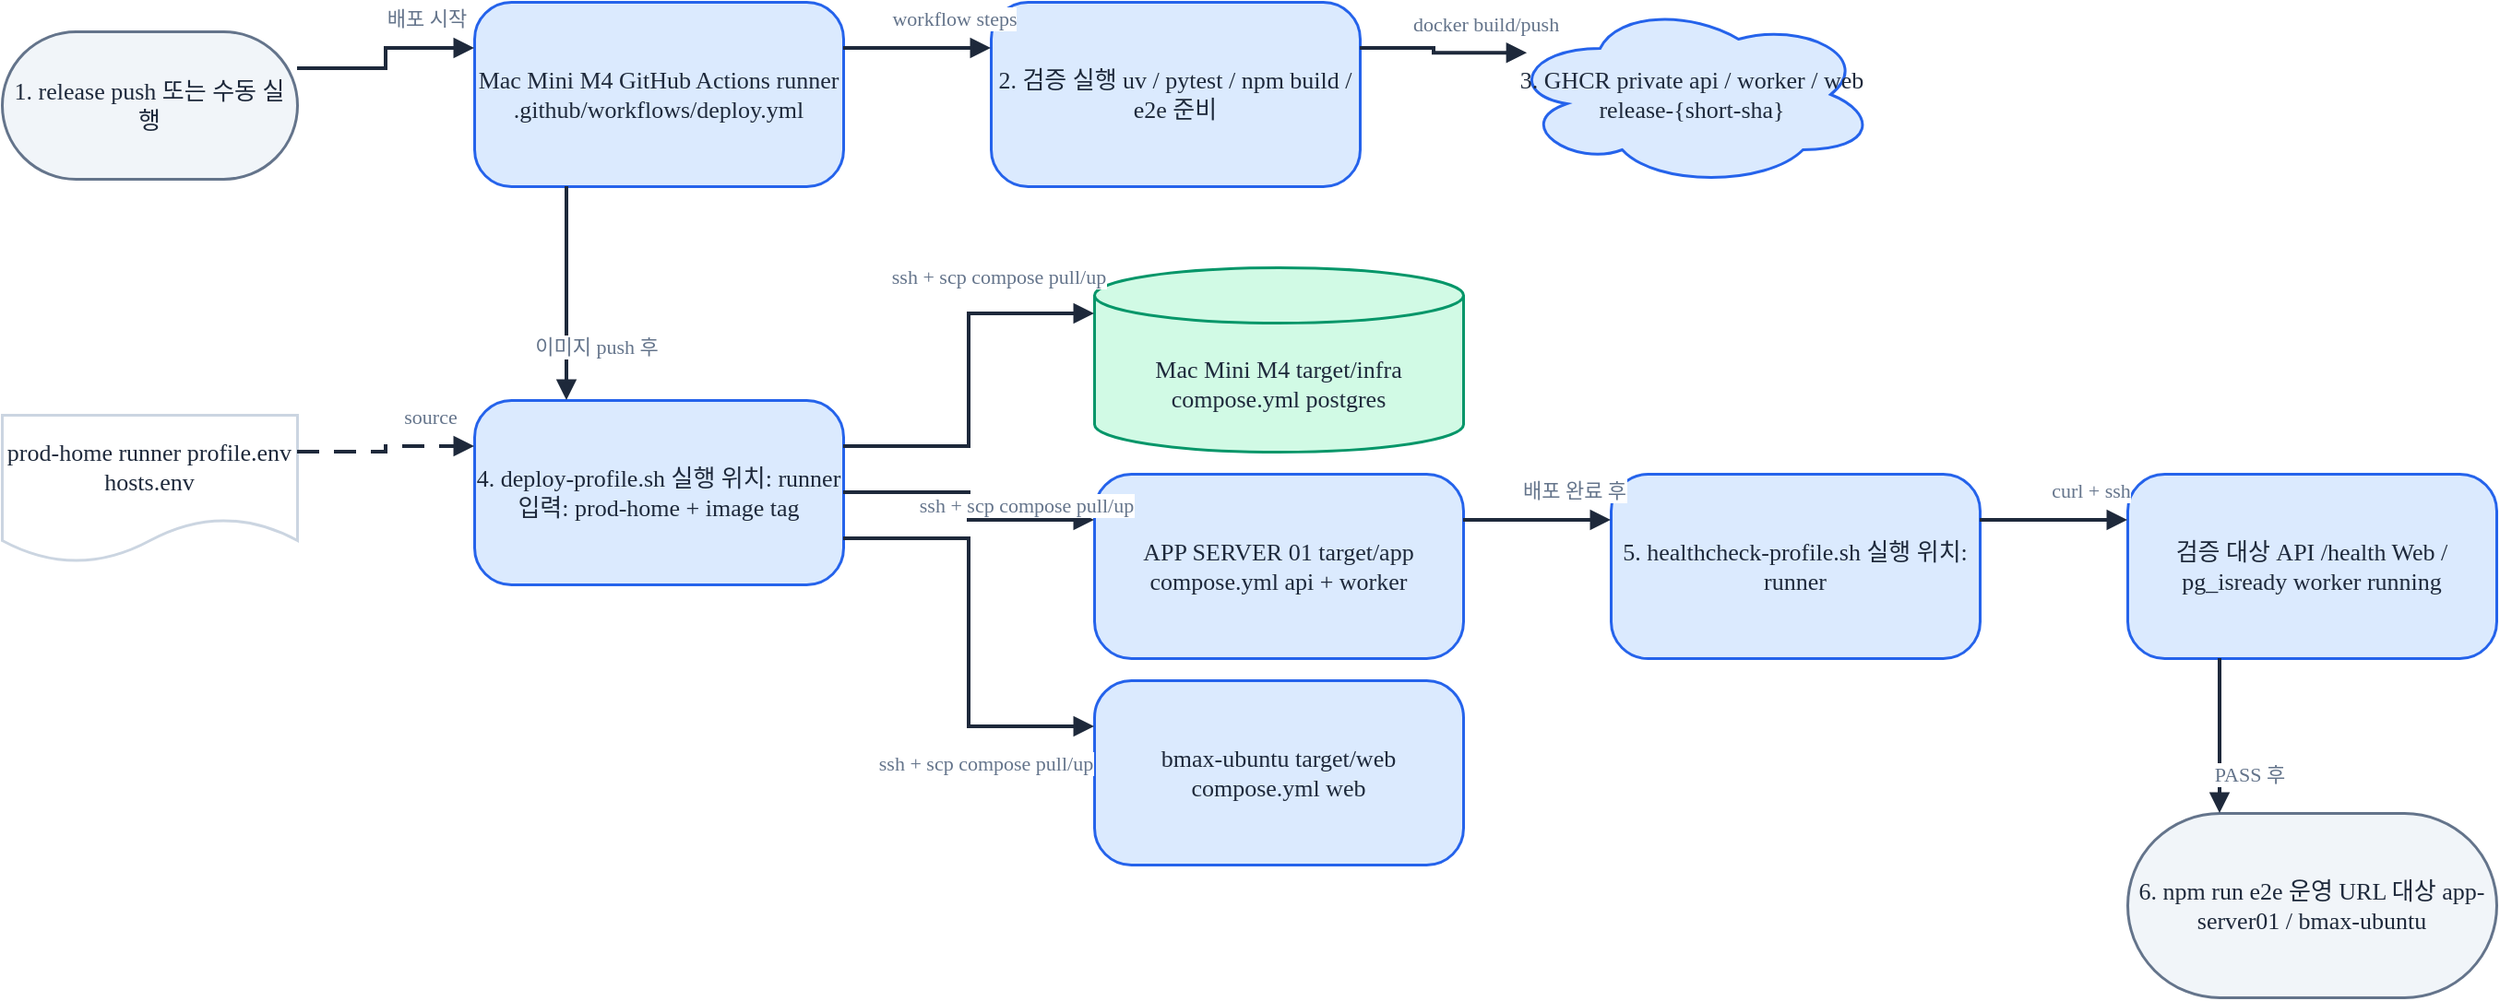
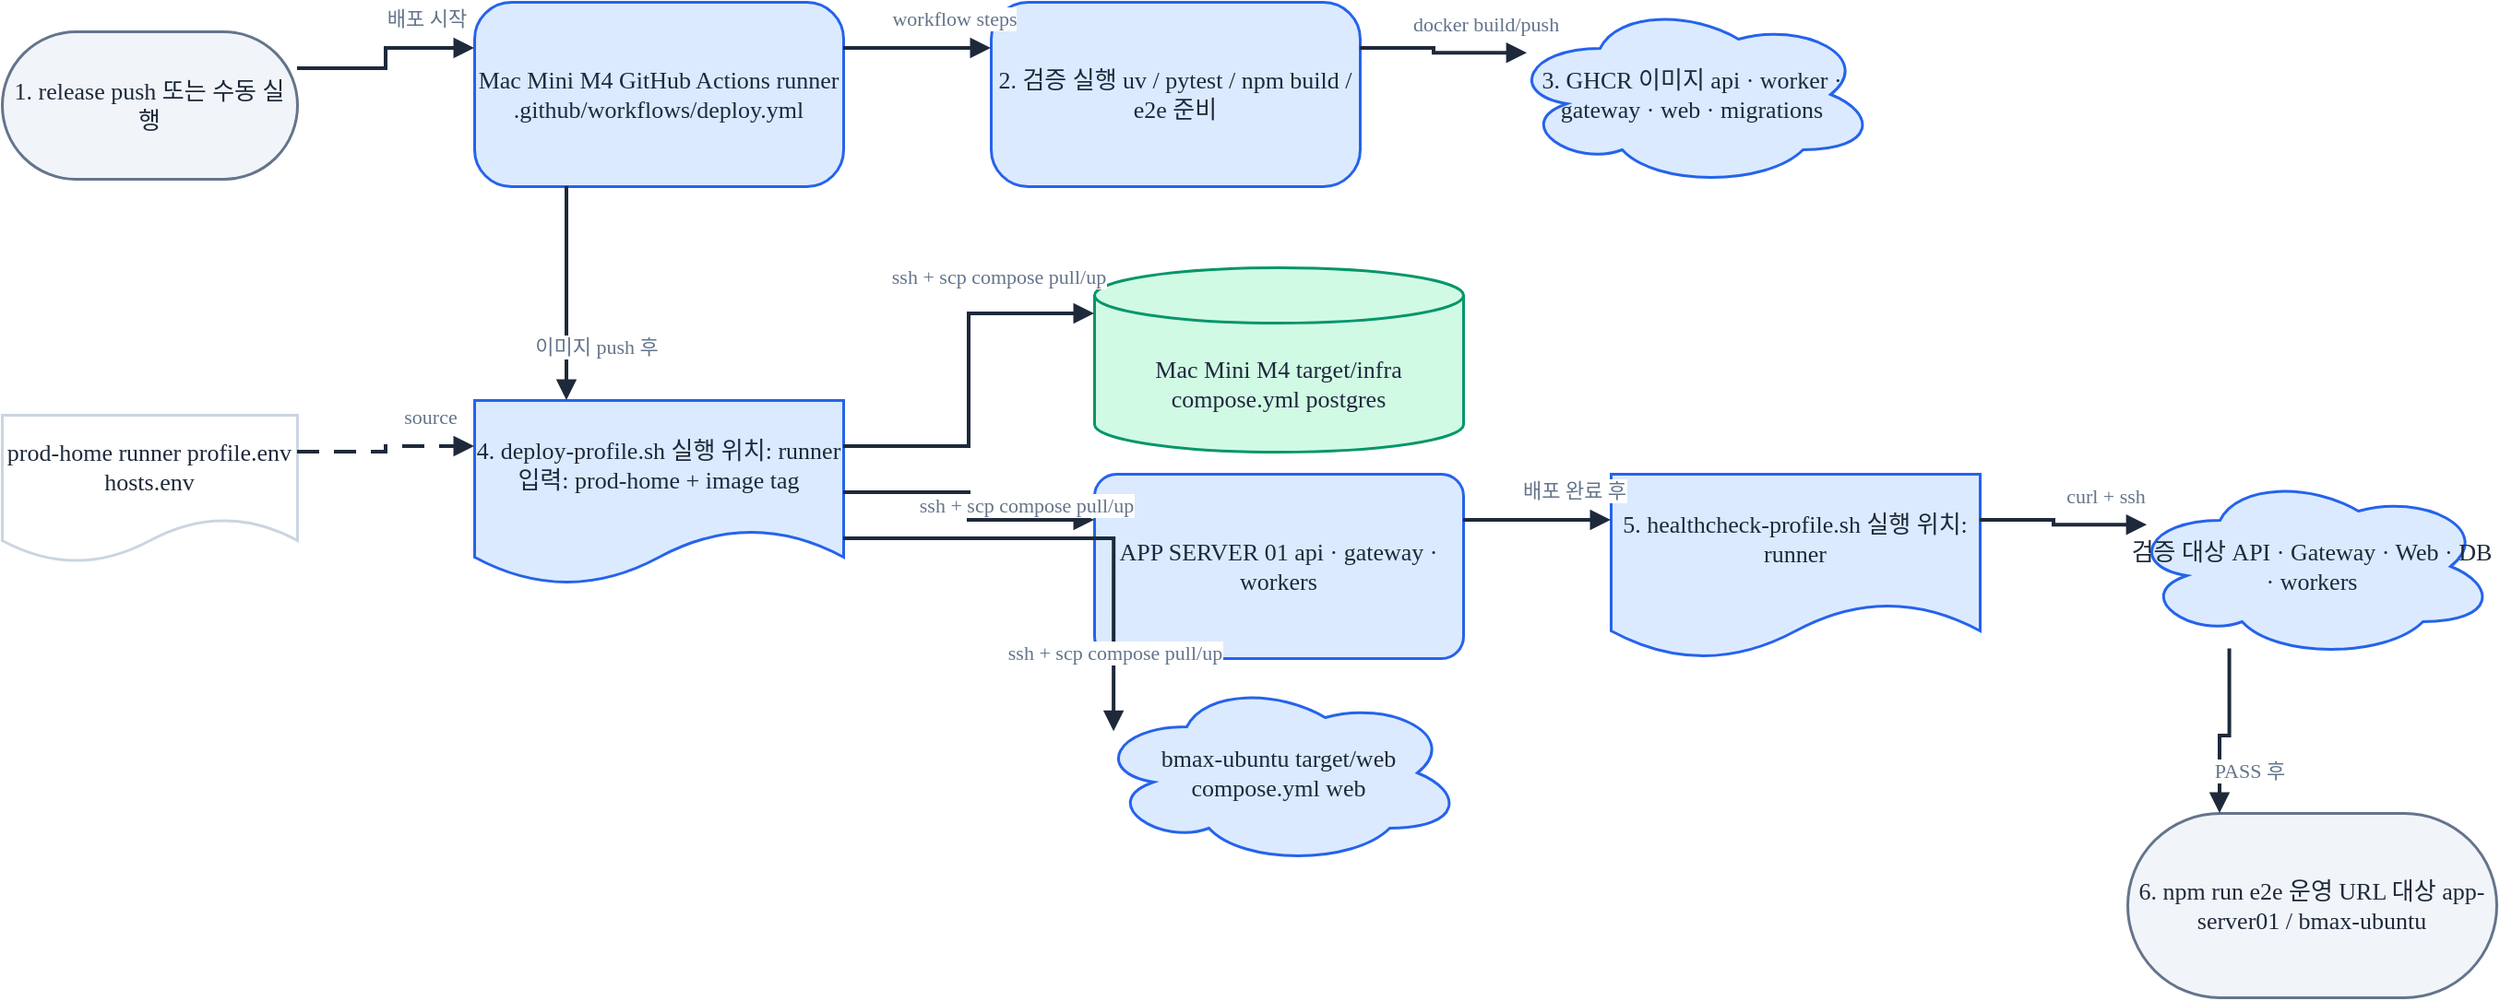
- <mxfile host="65bd71144e">
-     <diagram name="Page-1" id="0">
-         <mxGraphModel dx="680" dy="536" grid="1" gridSize="8" guides="1" tooltips="1" connect="1" arrows="1" fold="1" page="1" pageScale="1" pageWidth="1440" pageHeight="664" background="#FFFFFF" math="1" shadow="0">
-             <root>
-                 <mxCell id="0"/>
-                 <mxCell id="1" parent="0"/>
-                 <mxCell id="2" value="1. release push 또는 수동 실행" style="rounded=1;arcSize=50;html=1;whiteSpace=wrap;fillColor=#F1F5F9;strokeColor=#64748B;strokeWidth=1.5;fontColor=#1E293B;fontSize=13;fontFamily=Times New Roman;verticalAlign=middle;align=center" parent="1" vertex="1">
-                     <mxGeometry x="8" y="56" width="160" height="80" as="geometry"/>
-                 </mxCell>
-                 <mxCell id="3" value="Mac Mini M4 GitHub Actions runner .github/workflows/deploy.yml" style="rounded=1;arcSize=20;html=1;whiteSpace=wrap;fillColor=#DBEAFE;strokeColor=#2563EB;strokeWidth=1.5;fontColor=#1E293B;fontSize=13;fontFamily=Times New Roman;verticalAlign=middle;align=center" parent="1" vertex="1">
-                     <mxGeometry x="264" y="40" width="200" height="100" as="geometry"/>
-                 </mxCell>
-                 <mxCell id="4" value="2. 검증 실행 uv / pytest / npm build / e2e 준비" style="rounded=1;arcSize=20;html=1;whiteSpace=wrap;fillColor=#DBEAFE;strokeColor=#2563EB;strokeWidth=1.5;fontColor=#1E293B;fontSize=13;fontFamily=Times New Roman;verticalAlign=middle;align=center" parent="1" vertex="1">
-                     <mxGeometry x="544" y="40" width="200" height="100" as="geometry"/>
-                 </mxCell>
-                 <mxCell id="5" value="3. GHCR private api / worker / web release-{short-sha}" style="ellipse;shape=cloud;html=1;whiteSpace=wrap;fillColor=#DBEAFE;strokeColor=#2563EB;strokeWidth=1.5;fontColor=#1E293B;fontSize=13;fontFamily=Times New Roman;verticalAlign=middle;align=center" parent="1" vertex="1">
-                     <mxGeometry x="824" y="40" width="200" height="100" as="geometry"/>
-                 </mxCell>
-                 <mxCell id="6" value="4. deploy-profile.sh 실행 위치: runner 입력: prod-home + image tag" style="rounded=1;arcSize=20;html=1;whiteSpace=wrap;fillColor=#DBEAFE;strokeColor=#2563EB;strokeWidth=1.5;fontColor=#1E293B;fontSize=13;fontFamily=Times New Roman;verticalAlign=middle;align=center" parent="1" vertex="1">
-                     <mxGeometry x="264" y="256" width="200" height="100" as="geometry"/>
-                 </mxCell>
-                 <mxCell id="7" value="prod-home runner profile.env hosts.env" style="shape=document;boundedLbl=1;html=1;whiteSpace=wrap;fillColor=#FFFFFF;strokeColor=#CBD5E1;strokeWidth=1.5;fontColor=#1E293B;fontSize=13;fontFamily=Times New Roman;verticalAlign=middle;align=center" parent="1" vertex="1">
-                     <mxGeometry x="8" y="264" width="160" height="80" as="geometry"/>
-                 </mxCell>
-                 <mxCell id="8" value="Mac Mini M4 target/infra compose.yml postgres" style="shape=cylinder3;boundedLbl=1;backgroundOutline=1;size=15;html=1;whiteSpace=wrap;fillColor=#D1FAE5;strokeColor=#059669;strokeWidth=1.5;fontColor=#1E293B;fontSize=13;fontFamily=Times New Roman;verticalAlign=middle;align=center" parent="1" vertex="1">
-                     <mxGeometry x="600" y="184" width="200" height="100" as="geometry"/>
-                 </mxCell>
-                 <mxCell id="9" value="APP SERVER 01 target/app compose.yml api + worker" style="rounded=1;arcSize=20;html=1;whiteSpace=wrap;fillColor=#DBEAFE;strokeColor=#2563EB;strokeWidth=1.5;fontColor=#1E293B;fontSize=13;fontFamily=Times New Roman;verticalAlign=middle;align=center" parent="1" vertex="1">
-                     <mxGeometry x="600" y="296" width="200" height="100" as="geometry"/>
-                 </mxCell>
-                 <mxCell id="10" value="bmax-ubuntu target/web compose.yml web" style="rounded=1;arcSize=20;html=1;whiteSpace=wrap;fillColor=#DBEAFE;strokeColor=#2563EB;strokeWidth=1.5;fontColor=#1E293B;fontSize=13;fontFamily=Times New Roman;verticalAlign=middle;align=center" parent="1" vertex="1">
-                     <mxGeometry x="600" y="408" width="200" height="100" as="geometry"/>
-                 </mxCell>
-                 <mxCell id="11" value="5. healthcheck-profile.sh 실행 위치: runner" style="rounded=1;arcSize=20;html=1;whiteSpace=wrap;fillColor=#DBEAFE;strokeColor=#2563EB;strokeWidth=1.5;fontColor=#1E293B;fontSize=13;fontFamily=Times New Roman;verticalAlign=middle;align=center" parent="1" vertex="1">
-                     <mxGeometry x="880" y="296" width="200" height="100" as="geometry"/>
-                 </mxCell>
-                 <mxCell id="12" value="검증 대상 API /health Web / pg_isready worker running" style="rounded=1;arcSize=20;html=1;whiteSpace=wrap;fillColor=#DBEAFE;strokeColor=#2563EB;strokeWidth=1.5;fontColor=#1E293B;fontSize=13;fontFamily=Times New Roman;verticalAlign=middle;align=center" parent="1" vertex="1">
-                     <mxGeometry x="1160" y="296" width="200" height="100" as="geometry"/>
-                 </mxCell>
-                 <mxCell id="13" value="6. npm run e2e 운영 URL 대상 app-server01 / bmax-ubuntu" style="rounded=1;arcSize=50;html=1;whiteSpace=wrap;fillColor=#F1F5F9;strokeColor=#64748B;strokeWidth=1.5;fontColor=#1E293B;fontSize=13;fontFamily=Times New Roman;verticalAlign=middle;align=center" parent="1" vertex="1">
-                     <mxGeometry x="1160" y="480" width="200" height="100" as="geometry"/>
-                 </mxCell>
-                 <mxCell id="14" value="" style="edgeStyle=orthogonalEdgeStyle;rounded=0;orthogonalLoop=1;jettySize=auto;html=1;strokeColor=#1E293B;strokeWidth=2;endArrow=block;endFill=1;exitX=1;exitY=0.25;exitDx=0;exitDy=0;entryX=0;entryY=0.25;entryDx=0;entryDy=0;jumpStyle=arc;jumpSize=8" parent="1" source="2" target="3" edge="1">
-                     <mxGeometry relative="1" as="geometry"/>
-                 </mxCell>
-                 <mxCell id="15" value="배포 시작" style="edgeLabel;html=1;align=center;verticalAlign=middle;fontSize=11;fontColor=#64748B;fontFamily=Times New Roman;" parent="14" vertex="1" connectable="0">
-                     <mxGeometry x="0.5" relative="1" as="geometry">
-                         <mxPoint y="-16" as="offset"/>
-                     </mxGeometry>
-                 </mxCell>
-                 <mxCell id="16" value="" style="edgeStyle=orthogonalEdgeStyle;rounded=0;orthogonalLoop=1;jettySize=auto;html=1;strokeColor=#1E293B;strokeWidth=2;endArrow=block;endFill=1;exitX=1;exitY=0.25;exitDx=0;exitDy=0;entryX=0;entryY=0.25;entryDx=0;entryDy=0;jumpStyle=arc;jumpSize=8" parent="1" source="3" target="4" edge="1">
-                     <mxGeometry relative="1" as="geometry"/>
-                 </mxCell>
-                 <mxCell id="17" value="workflow steps" style="edgeLabel;html=1;align=center;verticalAlign=middle;fontSize=11;fontColor=#64748B;fontFamily=Times New Roman;" parent="16" vertex="1" connectable="0">
-                     <mxGeometry x="0.5" relative="1" as="geometry">
-                         <mxPoint y="-16" as="offset"/>
-                     </mxGeometry>
-                 </mxCell>
-                 <mxCell id="18" value="" style="edgeStyle=orthogonalEdgeStyle;rounded=0;orthogonalLoop=1;jettySize=auto;html=1;strokeColor=#1E293B;strokeWidth=2;endArrow=block;endFill=1;exitX=1;exitY=0.25;exitDx=0;exitDy=0;entryX=0;entryY=0.25;entryDx=0;entryDy=0;jumpStyle=arc;jumpSize=8" parent="1" source="4" target="5" edge="1">
-                     <mxGeometry relative="1" as="geometry"/>
-                 </mxCell>
-                 <mxCell id="19" value="docker build/push" style="edgeLabel;html=1;align=center;verticalAlign=middle;fontSize=11;fontColor=#64748B;fontFamily=Times New Roman;" parent="18" vertex="1" connectable="0">
-                     <mxGeometry x="0.5" relative="1" as="geometry">
-                         <mxPoint y="-16" as="offset"/>
-                     </mxGeometry>
-                 </mxCell>
-                 <mxCell id="20" value="" style="edgeStyle=orthogonalEdgeStyle;rounded=0;orthogonalLoop=1;jettySize=auto;html=1;strokeColor=#1E293B;strokeWidth=2;endArrow=block;endFill=1;exitX=0.25;exitY=1;exitDx=0;exitDy=0;entryX=0.25;entryY=0;entryDx=0;entryDy=0;jumpStyle=arc;jumpSize=8" parent="1" source="3" target="6" edge="1">
-                     <mxGeometry relative="1" as="geometry"/>
-                 </mxCell>
-                 <mxCell id="21" value="이미지 push 후" style="edgeLabel;html=1;align=center;verticalAlign=middle;fontSize=11;fontColor=#64748B;fontFamily=Times New Roman;" parent="20" vertex="1" connectable="0">
-                     <mxGeometry x="0.5" relative="1" as="geometry">
-                         <mxPoint x="16" as="offset"/>
-                     </mxGeometry>
-                 </mxCell>
-                 <mxCell id="22" value="" style="edgeStyle=orthogonalEdgeStyle;rounded=0;orthogonalLoop=1;jettySize=auto;html=1;strokeColor=#1E293B;strokeWidth=2;endArrow=block;endFill=1;exitX=1;exitY=0.25;exitDx=0;exitDy=0;entryX=0;entryY=0.25;entryDx=0;entryDy=0;dashed=1;dashPattern=6 4;jumpStyle=arc;jumpSize=8" parent="1" source="7" target="6" edge="1">
-                     <mxGeometry relative="1" as="geometry"/>
-                 </mxCell>
-                 <mxCell id="23" value="source" style="edgeLabel;html=1;align=center;verticalAlign=middle;fontSize=11;fontColor=#64748B;fontFamily=Times New Roman;" parent="22" vertex="1" connectable="0">
-                     <mxGeometry x="0.5" relative="1" as="geometry">
-                         <mxPoint y="-16" as="offset"/>
-                     </mxGeometry>
-                 </mxCell>
-                 <mxCell id="24" value="" style="edgeStyle=orthogonalEdgeStyle;rounded=0;orthogonalLoop=1;jettySize=auto;html=1;strokeColor=#1E293B;strokeWidth=2;endArrow=block;endFill=1;exitX=1;exitY=0.25;exitDx=0;exitDy=0;entryX=0;entryY=0.25;entryDx=0;entryDy=0;jumpStyle=arc;jumpSize=8" parent="1" source="6" target="8" edge="1">
-                     <mxGeometry relative="1" as="geometry"/>
-                 </mxCell>
-                 <mxCell id="25" value="ssh + scp compose pull/up" style="edgeLabel;html=1;align=center;verticalAlign=middle;fontSize=11;fontColor=#64748B;fontFamily=Times New Roman;" parent="24" vertex="1" connectable="0">
-                     <mxGeometry x="0.5" relative="1" as="geometry">
-                         <mxPoint y="-20" as="offset"/>
-                     </mxGeometry>
-                 </mxCell>
-                 <mxCell id="26" value="" style="edgeStyle=orthogonalEdgeStyle;rounded=0;orthogonalLoop=1;jettySize=auto;html=1;strokeColor=#1E293B;strokeWidth=2;endArrow=block;endFill=1;exitX=1;exitY=0.5;exitDx=0;exitDy=0;entryX=0;entryY=0.25;entryDx=0;entryDy=0;jumpStyle=arc;jumpSize=8" parent="1" source="6" target="9" edge="1">
-                     <mxGeometry relative="1" as="geometry"/>
-                 </mxCell>
-                 <mxCell id="27" value="ssh + scp compose pull/up" style="edgeLabel;html=1;align=center;verticalAlign=middle;fontSize=11;fontColor=#64748B;fontFamily=Times New Roman;" parent="26" vertex="1" connectable="0">
-                     <mxGeometry x="0.5" relative="1" as="geometry">
-                         <mxPoint y="-8" as="offset"/>
-                     </mxGeometry>
-                 </mxCell>
-                 <mxCell id="28" value="" style="edgeStyle=orthogonalEdgeStyle;rounded=0;orthogonalLoop=1;jettySize=auto;html=1;strokeColor=#1E293B;strokeWidth=2;endArrow=block;endFill=1;exitX=1;exitY=0.75;exitDx=0;exitDy=0;entryX=0;entryY=0.25;entryDx=0;entryDy=0;jumpStyle=arc;jumpSize=8" parent="1" source="6" target="10" edge="1">
-                     <mxGeometry relative="1" as="geometry"/>
-                 </mxCell>
-                 <mxCell id="29" value="ssh + scp compose pull/up" style="edgeLabel;html=1;align=center;verticalAlign=middle;fontSize=11;fontColor=#64748B;fontFamily=Times New Roman;" parent="28" vertex="1" connectable="0">
-                     <mxGeometry x="0.5" relative="1" as="geometry">
-                         <mxPoint y="20" as="offset"/>
-                     </mxGeometry>
-                 </mxCell>
-                 <mxCell id="30" value="" style="edgeStyle=orthogonalEdgeStyle;rounded=0;orthogonalLoop=1;jettySize=auto;html=1;strokeColor=#1E293B;strokeWidth=2;endArrow=block;endFill=1;exitX=1;exitY=0.25;exitDx=0;exitDy=0;entryX=0;entryY=0.25;entryDx=0;entryDy=0;jumpStyle=arc;jumpSize=8" parent="1" source="9" target="11" edge="1">
-                     <mxGeometry relative="1" as="geometry"/>
-                 </mxCell>
-                 <mxCell id="31" value="배포 완료 후" style="edgeLabel;html=1;align=center;verticalAlign=middle;fontSize=11;fontColor=#64748B;fontFamily=Times New Roman;" parent="30" vertex="1" connectable="0">
-                     <mxGeometry x="0.5" relative="1" as="geometry">
-                         <mxPoint y="-16" as="offset"/>
-                     </mxGeometry>
-                 </mxCell>
-                 <mxCell id="32" value="" style="edgeStyle=orthogonalEdgeStyle;rounded=0;orthogonalLoop=1;jettySize=auto;html=1;strokeColor=#1E293B;strokeWidth=2;endArrow=block;endFill=1;exitX=1;exitY=0.25;exitDx=0;exitDy=0;entryX=0;entryY=0.25;entryDx=0;entryDy=0;jumpStyle=arc;jumpSize=8" parent="1" source="11" target="12" edge="1">
-                     <mxGeometry relative="1" as="geometry"/>
-                 </mxCell>
-                 <mxCell id="33" value="curl + ssh" style="edgeLabel;html=1;align=center;verticalAlign=middle;fontSize=11;fontColor=#64748B;fontFamily=Times New Roman;" parent="32" vertex="1" connectable="0">
-                     <mxGeometry x="0.5" relative="1" as="geometry">
-                         <mxPoint y="-16" as="offset"/>
-                     </mxGeometry>
-                 </mxCell>
-                 <mxCell id="34" value="" style="edgeStyle=orthogonalEdgeStyle;rounded=0;orthogonalLoop=1;jettySize=auto;html=1;strokeColor=#1E293B;strokeWidth=2;endArrow=block;endFill=1;exitX=0.25;exitY=1;exitDx=0;exitDy=0;entryX=0.25;entryY=0;entryDx=0;entryDy=0;jumpStyle=arc;jumpSize=8" parent="1" source="12" target="13" edge="1">
-                     <mxGeometry relative="1" as="geometry"/>
-                 </mxCell>
-                 <mxCell id="35" value="PASS 후" style="edgeLabel;html=1;align=center;verticalAlign=middle;fontSize=11;fontColor=#64748B;fontFamily=Times New Roman;" parent="34" vertex="1" connectable="0">
-                     <mxGeometry x="0.5" relative="1" as="geometry">
-                         <mxPoint x="16" as="offset"/>
-                     </mxGeometry>
-                 </mxCell>
-             </root>
-         </mxGraphModel>
-     </diagram>
- </mxfile>+ <?xml version="1.0" encoding="UTF-8"?>
+ <mxfile host="cli" modified="" agent="drawio-skill-cli" version="21.0.0">
+   <diagram name="Page-1">
+     <mxGraphModel dx="1120" dy="720" grid="1" gridSize="8" guides="1" tooltips="1" connect="1" arrows="1" fold="1" page="1" pageScale="1" pageWidth="1440" pageHeight="664" math="1" background="#FFFFFF"><root><mxCell id="0"/><mxCell id="1" parent="0"/><mxCell id="2" value="1. release push 또는 수동 실행" style="rounded=1;arcSize=50;html=1;whiteSpace=wrap;fillColor=#F1F5F9;strokeColor=#64748B;strokeWidth=1.5;fontColor=#1E293B;fontSize=13;fontFamily=Times New Roman;verticalAlign=middle;align=center" vertex="1" parent="1"><mxGeometry x="8" y="56" width="160" height="80" as="geometry"/></mxCell><mxCell id="3" value="Mac Mini M4 GitHub Actions runner .github/workflows/deploy.yml" style="rounded=1;arcSize=20;html=1;whiteSpace=wrap;fillColor=#DBEAFE;strokeColor=#2563EB;strokeWidth=1.5;fontColor=#1E293B;fontSize=13;fontFamily=Times New Roman;verticalAlign=middle;align=center" vertex="1" parent="1"><mxGeometry x="264" y="40" width="200" height="100" as="geometry"/></mxCell><mxCell id="4" value="2. 검증 실행 uv / pytest / npm build / e2e 준비" style="rounded=1;arcSize=20;html=1;whiteSpace=wrap;fillColor=#DBEAFE;strokeColor=#2563EB;strokeWidth=1.5;fontColor=#1E293B;fontSize=13;fontFamily=Times New Roman;verticalAlign=middle;align=center" vertex="1" parent="1"><mxGeometry x="544" y="40" width="200" height="100" as="geometry"/></mxCell><mxCell id="5" value="3. GHCR 이미지 api · worker · gateway · web · migrations" style="ellipse;shape=cloud;html=1;whiteSpace=wrap;fillColor=#DBEAFE;strokeColor=#2563EB;strokeWidth=1.5;fontColor=#1E293B;fontSize=13;fontFamily=Times New Roman;verticalAlign=middle;align=center" vertex="1" parent="1"><mxGeometry x="824" y="40" width="200" height="100" as="geometry"/></mxCell><mxCell id="6" value="4. deploy-profile.sh 실행 위치: runner 입력: prod-home + image tag" style="shape=document;boundedLbl=1;html=1;whiteSpace=wrap;fillColor=#DBEAFE;strokeColor=#2563EB;strokeWidth=1.5;fontColor=#1E293B;fontSize=13;fontFamily=Times New Roman;verticalAlign=middle;align=center" vertex="1" parent="1"><mxGeometry x="264" y="256" width="200" height="100" as="geometry"/></mxCell><mxCell id="7" value="prod-home runner profile.env hosts.env" style="shape=document;boundedLbl=1;html=1;whiteSpace=wrap;fillColor=#FFFFFF;strokeColor=#CBD5E1;strokeWidth=1.5;fontColor=#1E293B;fontSize=13;fontFamily=Times New Roman;verticalAlign=middle;align=center" vertex="1" parent="1"><mxGeometry x="8" y="264" width="160" height="80" as="geometry"/></mxCell><mxCell id="8" value="Mac Mini M4 target/infra compose.yml postgres" style="shape=cylinder3;boundedLbl=1;backgroundOutline=1;size=15;html=1;whiteSpace=wrap;fillColor=#D1FAE5;strokeColor=#059669;strokeWidth=1.5;fontColor=#1E293B;fontSize=13;fontFamily=Times New Roman;verticalAlign=middle;align=center" vertex="1" parent="1"><mxGeometry x="600" y="184" width="200" height="100" as="geometry"/></mxCell><mxCell id="9" value="APP SERVER 01 api · gateway · workers" style="rounded=1;arcSize=12;html=1;whiteSpace=wrap;fillColor=#DBEAFE;strokeColor=#2563EB;strokeWidth=1.5;fontColor=#1E293B;fontSize=13;fontFamily=Times New Roman;verticalAlign=middle;align=center" vertex="1" parent="1"><mxGeometry x="600" y="296" width="200" height="100" as="geometry"/></mxCell><mxCell id="10" value="bmax-ubuntu target/web compose.yml web" style="ellipse;shape=cloud;html=1;whiteSpace=wrap;fillColor=#DBEAFE;strokeColor=#2563EB;strokeWidth=1.5;fontColor=#1E293B;fontSize=13;fontFamily=Times New Roman;verticalAlign=middle;align=center" vertex="1" parent="1"><mxGeometry x="600" y="408" width="200" height="100" as="geometry"/></mxCell><mxCell id="11" value="5. healthcheck-profile.sh 실행 위치: runner" style="shape=document;boundedLbl=1;html=1;whiteSpace=wrap;fillColor=#DBEAFE;strokeColor=#2563EB;strokeWidth=1.5;fontColor=#1E293B;fontSize=13;fontFamily=Times New Roman;verticalAlign=middle;align=center" vertex="1" parent="1"><mxGeometry x="880" y="296" width="200" height="100" as="geometry"/></mxCell><mxCell id="12" value="검증 대상 API · Gateway · Web · DB · workers" style="ellipse;shape=cloud;html=1;whiteSpace=wrap;fillColor=#DBEAFE;strokeColor=#2563EB;strokeWidth=1.5;fontColor=#1E293B;fontSize=13;fontFamily=Times New Roman;verticalAlign=middle;align=center" vertex="1" parent="1"><mxGeometry x="1160" y="296" width="200" height="100" as="geometry"/></mxCell><mxCell id="13" value="6. npm run e2e 운영 URL 대상 app-server01 / bmax-ubuntu" style="rounded=1;arcSize=50;html=1;whiteSpace=wrap;fillColor=#F1F5F9;strokeColor=#64748B;strokeWidth=1.5;fontColor=#1E293B;fontSize=13;fontFamily=Times New Roman;verticalAlign=middle;align=center" vertex="1" parent="1"><mxGeometry x="1160" y="480" width="200" height="100" as="geometry"/></mxCell><mxCell id="14" value="" style="edgeStyle=orthogonalEdgeStyle;rounded=0;orthogonalLoop=1;jettySize=auto;html=1;strokeColor=#1E293B;strokeWidth=2;endArrow=block;endFill=1;exitX=1;exitY=0.25;exitDx=0;exitDy=0;entryX=0;entryY=0.25;entryDx=0;entryDy=0;jumpStyle=arc;jumpSize=8" edge="1" parent="1" source="2" target="3"><mxGeometry relative="1" as="geometry"></mxGeometry></mxCell><mxCell id="15" value="배포 시작" style="edgeLabel;html=1;align=center;verticalAlign=middle;fontSize=11;fontColor=#64748B;fontFamily=Times New Roman;" vertex="1" connectable="0" parent="14"><mxGeometry x="0.5" relative="1" as="geometry"><mxPoint x="0" y="-16" as="offset"/></mxGeometry></mxCell><mxCell id="16" value="" style="edgeStyle=orthogonalEdgeStyle;rounded=0;orthogonalLoop=1;jettySize=auto;html=1;strokeColor=#1E293B;strokeWidth=2;endArrow=block;endFill=1;exitX=1;exitY=0.25;exitDx=0;exitDy=0;entryX=0;entryY=0.25;entryDx=0;entryDy=0;jumpStyle=arc;jumpSize=8" edge="1" parent="1" source="3" target="4"><mxGeometry relative="1" as="geometry"></mxGeometry></mxCell><mxCell id="17" value="workflow steps" style="edgeLabel;html=1;align=center;verticalAlign=middle;fontSize=11;fontColor=#64748B;fontFamily=Times New Roman;" vertex="1" connectable="0" parent="16"><mxGeometry x="0.5" relative="1" as="geometry"><mxPoint x="0" y="-16" as="offset"/></mxGeometry></mxCell><mxCell id="18" value="" style="edgeStyle=orthogonalEdgeStyle;rounded=0;orthogonalLoop=1;jettySize=auto;html=1;strokeColor=#1E293B;strokeWidth=2;endArrow=block;endFill=1;exitX=1;exitY=0.25;exitDx=0;exitDy=0;entryX=0;entryY=0.25;entryDx=0;entryDy=0;jumpStyle=arc;jumpSize=8" edge="1" parent="1" source="4" target="5"><mxGeometry relative="1" as="geometry"></mxGeometry></mxCell><mxCell id="19" value="docker build/push" style="edgeLabel;html=1;align=center;verticalAlign=middle;fontSize=11;fontColor=#64748B;fontFamily=Times New Roman;" vertex="1" connectable="0" parent="18"><mxGeometry x="0.5" relative="1" as="geometry"><mxPoint x="0" y="-16" as="offset"/></mxGeometry></mxCell><mxCell id="20" value="" style="edgeStyle=orthogonalEdgeStyle;rounded=0;orthogonalLoop=1;jettySize=auto;html=1;strokeColor=#1E293B;strokeWidth=2;endArrow=block;endFill=1;exitX=0.25;exitY=1;exitDx=0;exitDy=0;entryX=0.25;entryY=0;entryDx=0;entryDy=0;jumpStyle=arc;jumpSize=8" edge="1" parent="1" source="3" target="6"><mxGeometry relative="1" as="geometry"></mxGeometry></mxCell><mxCell id="21" value="이미지 push 후" style="edgeLabel;html=1;align=center;verticalAlign=middle;fontSize=11;fontColor=#64748B;fontFamily=Times New Roman;" vertex="1" connectable="0" parent="20"><mxGeometry x="0.5" relative="1" as="geometry"><mxPoint x="16" y="0" as="offset"/></mxGeometry></mxCell><mxCell id="22" value="" style="edgeStyle=orthogonalEdgeStyle;rounded=0;orthogonalLoop=1;jettySize=auto;html=1;strokeColor=#1E293B;strokeWidth=2;endArrow=block;endFill=1;exitX=1;exitY=0.25;exitDx=0;exitDy=0;entryX=0;entryY=0.25;entryDx=0;entryDy=0;dashed=1;dashPattern=6 4;jumpStyle=arc;jumpSize=8" edge="1" parent="1" source="7" target="6"><mxGeometry relative="1" as="geometry"></mxGeometry></mxCell><mxCell id="23" value="source" style="edgeLabel;html=1;align=center;verticalAlign=middle;fontSize=11;fontColor=#64748B;fontFamily=Times New Roman;" vertex="1" connectable="0" parent="22"><mxGeometry x="0.5" relative="1" as="geometry"><mxPoint x="0" y="-16" as="offset"/></mxGeometry></mxCell><mxCell id="24" value="" style="edgeStyle=orthogonalEdgeStyle;rounded=0;orthogonalLoop=1;jettySize=auto;html=1;strokeColor=#1E293B;strokeWidth=2;endArrow=block;endFill=1;exitX=1;exitY=0.25;exitDx=0;exitDy=0;entryX=0;entryY=0.25;entryDx=0;entryDy=0;jumpStyle=arc;jumpSize=8" edge="1" parent="1" source="6" target="8"><mxGeometry relative="1" as="geometry"></mxGeometry></mxCell><mxCell id="25" value="ssh + scp compose pull/up" style="edgeLabel;html=1;align=center;verticalAlign=middle;fontSize=11;fontColor=#64748B;fontFamily=Times New Roman;" vertex="1" connectable="0" parent="24"><mxGeometry x="0.5" relative="1" as="geometry"><mxPoint x="0" y="-20" as="offset"/></mxGeometry></mxCell><mxCell id="26" value="" style="edgeStyle=orthogonalEdgeStyle;rounded=0;orthogonalLoop=1;jettySize=auto;html=1;strokeColor=#1E293B;strokeWidth=2;endArrow=block;endFill=1;exitX=1;exitY=0.5;exitDx=0;exitDy=0;entryX=0;entryY=0.25;entryDx=0;entryDy=0;jumpStyle=arc;jumpSize=8" edge="1" parent="1" source="6" target="9"><mxGeometry relative="1" as="geometry"></mxGeometry></mxCell><mxCell id="27" value="ssh + scp compose pull/up" style="edgeLabel;html=1;align=center;verticalAlign=middle;fontSize=11;fontColor=#64748B;fontFamily=Times New Roman;" vertex="1" connectable="0" parent="26"><mxGeometry x="0.5" relative="1" as="geometry"><mxPoint x="0" y="-8" as="offset"/></mxGeometry></mxCell><mxCell id="28" value="" style="edgeStyle=orthogonalEdgeStyle;rounded=0;orthogonalLoop=1;jettySize=auto;html=1;strokeColor=#1E293B;strokeWidth=2;endArrow=block;endFill=1;exitX=1;exitY=0.75;exitDx=0;exitDy=0;entryX=0;entryY=0.25;entryDx=0;entryDy=0;jumpStyle=arc;jumpSize=8" edge="1" parent="1" source="6" target="10"><mxGeometry relative="1" as="geometry"></mxGeometry></mxCell><mxCell id="29" value="ssh + scp compose pull/up" style="edgeLabel;html=1;align=center;verticalAlign=middle;fontSize=11;fontColor=#64748B;fontFamily=Times New Roman;" vertex="1" connectable="0" parent="28"><mxGeometry x="0.5" relative="1" as="geometry"><mxPoint x="0" y="20" as="offset"/></mxGeometry></mxCell><mxCell id="30" value="" style="edgeStyle=orthogonalEdgeStyle;rounded=0;orthogonalLoop=1;jettySize=auto;html=1;strokeColor=#1E293B;strokeWidth=2;endArrow=block;endFill=1;exitX=1;exitY=0.25;exitDx=0;exitDy=0;entryX=0;entryY=0.25;entryDx=0;entryDy=0;jumpStyle=arc;jumpSize=8" edge="1" parent="1" source="9" target="11"><mxGeometry relative="1" as="geometry"></mxGeometry></mxCell><mxCell id="31" value="배포 완료 후" style="edgeLabel;html=1;align=center;verticalAlign=middle;fontSize=11;fontColor=#64748B;fontFamily=Times New Roman;" vertex="1" connectable="0" parent="30"><mxGeometry x="0.5" relative="1" as="geometry"><mxPoint x="0" y="-16" as="offset"/></mxGeometry></mxCell><mxCell id="32" value="" style="edgeStyle=orthogonalEdgeStyle;rounded=0;orthogonalLoop=1;jettySize=auto;html=1;strokeColor=#1E293B;strokeWidth=2;endArrow=block;endFill=1;exitX=1;exitY=0.25;exitDx=0;exitDy=0;entryX=0;entryY=0.25;entryDx=0;entryDy=0;jumpStyle=arc;jumpSize=8" edge="1" parent="1" source="11" target="12"><mxGeometry relative="1" as="geometry"></mxGeometry></mxCell><mxCell id="33" value="curl + ssh" style="edgeLabel;html=1;align=center;verticalAlign=middle;fontSize=11;fontColor=#64748B;fontFamily=Times New Roman;" vertex="1" connectable="0" parent="32"><mxGeometry x="0.5" relative="1" as="geometry"><mxPoint x="0" y="-16" as="offset"/></mxGeometry></mxCell><mxCell id="34" value="" style="edgeStyle=orthogonalEdgeStyle;rounded=0;orthogonalLoop=1;jettySize=auto;html=1;strokeColor=#1E293B;strokeWidth=2;endArrow=block;endFill=1;exitX=0.25;exitY=1;exitDx=0;exitDy=0;entryX=0.25;entryY=0;entryDx=0;entryDy=0;jumpStyle=arc;jumpSize=8" edge="1" parent="1" source="12" target="13"><mxGeometry relative="1" as="geometry"></mxGeometry></mxCell><mxCell id="35" value="PASS 후" style="edgeLabel;html=1;align=center;verticalAlign=middle;fontSize=11;fontColor=#64748B;fontFamily=Times New Roman;" vertex="1" connectable="0" parent="34"><mxGeometry x="0.5" relative="1" as="geometry"><mxPoint x="16" y="0" as="offset"/></mxGeometry></mxCell></root></mxGraphModel>
+   </diagram>
+ </mxfile>
